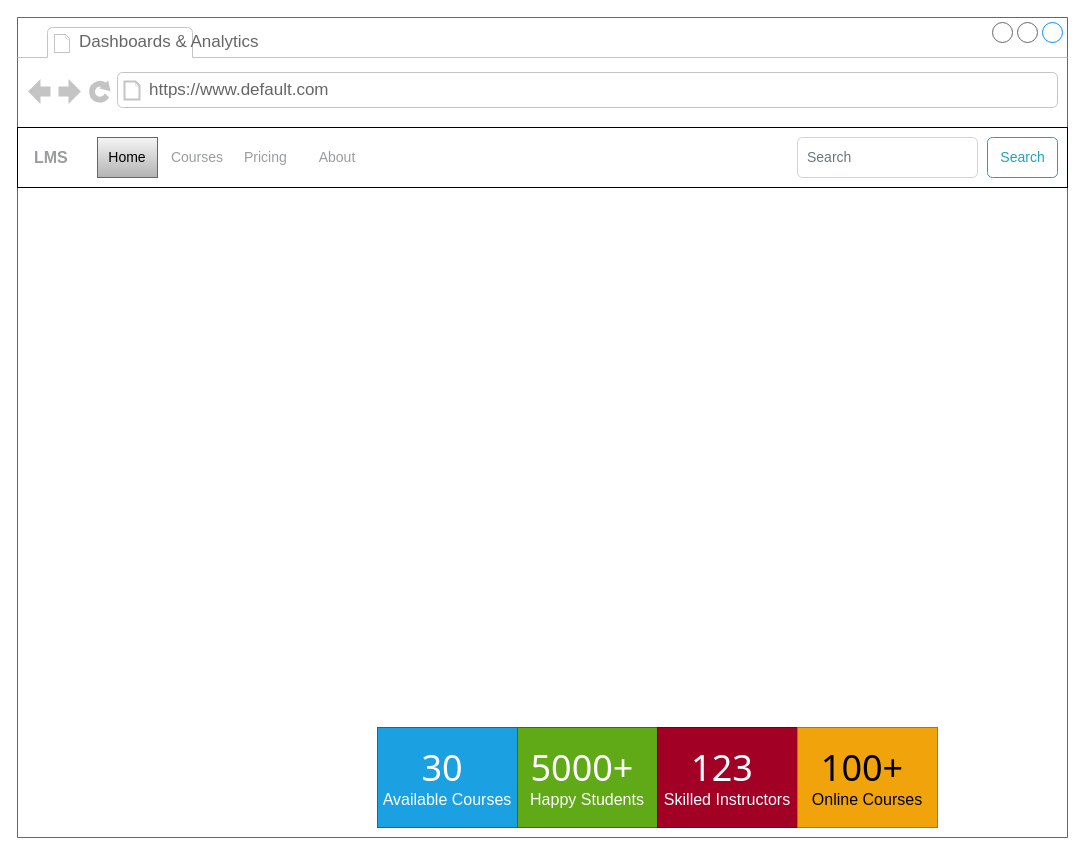
Earlier version of the draw.io diagram page "Dashboards & Analytics" (2 of 10) of 02 - LMS-SysCollege/04 - UI_Designs/WireFrame.drawio (ZohaibWaqarMalik/Technical-Business-Analyst-Projects). Source tidied: cells renumbered, new cells numbered last; positions are measured from the earlier drawing's top-left corner, leaving out a move shared by most shapes. Both pictures are drawn from the tidied source at 100%, with x=0, y=0 at pixel (17, 17).
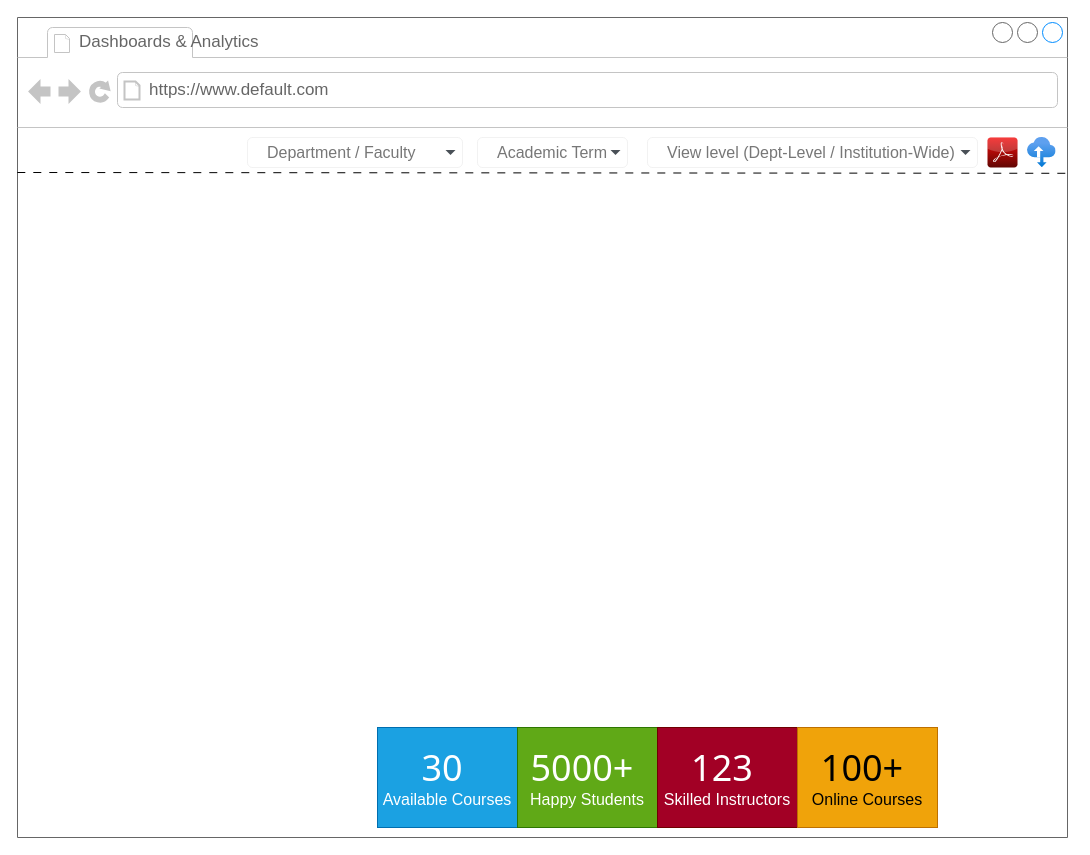
The same page after the edit.

Commit message (it also covers changes not shown here):
Update Wireframe Dashboard & Analytics

The change refers to these unchanged cells:
```xml
<mxCell id="2" style="strokeWidth=1;shadow=0;dashed=0;align=center;html=1;shape=mxgraph.mockup.containers.browserWindow;rSize=0;strokeColor=#666666;mainText=,;rounded=0;labelBackgroundColor=none;fontFamily=Verdana;fontSize=12;" parent="1" vertex="1">
  <mxGeometry width="1050" height="820" as="geometry" />
</mxCell>
```

The edit, as a diff of the source:
```diff
@@
-    <mxCell id="5" style="html=1;shadow=0;dashed=0;fontSize=16;align=left;spacing=15;" parent="2" vertex="1">
-      <mxGeometry y="110" width="1050" height="60" as="geometry" />
-    </mxCell>
-    <mxCell id="6" style="swimlane;shape=mxgraph.bootstrap.anchor;strokeColor=none;fillColor=none;fontColor=#000000;fontStyle=0;horizontal=0;startSize=0;whiteSpace=wrap;html=1;" parent="5" vertex="1">
-      <mxGeometry y="10" width="350" height="40" as="geometry" />
-    </mxCell>
-    <mxCell id="7" value="LMS" style="text;strokeColor=none;align=left;verticalAlign=middle;spacingLeft=15;spacingRight=10;whiteSpace=wrap;html=1;fillColor=none;fontColor=#9A9DA0;fontSize=16;fontStyle=1;" parent="6" vertex="1">
-      <mxGeometry width="80" height="40" as="geometry" />
-    </mxCell>
-    <mxCell id="8" value="Home" style="text;strokeColor=#666666;align=center;verticalAlign=middle;spacingLeft=10;spacingRight=10;whiteSpace=wrap;html=1;fillColor=#f5f5f5;fontSize=14;gradientColor=#b3b3b3;" parent="6" vertex="1">
-      <mxGeometry x="80" width="60" height="40" as="geometry" />
-    </mxCell>
-    <mxCell id="9" value="Courses" style="text;strokeColor=none;align=center;verticalAlign=middle;spacingLeft=10;spacingRight=10;whiteSpace=wrap;html=1;fillColor=none;fontColor=#9A9DA0;fontSize=14;" parent="6" vertex="1">
-      <mxGeometry x="140" width="80" height="40" as="geometry" />
-    </mxCell>
-    <mxCell id="10" value="Pricing" style="text;strokeColor=none;align=left;verticalAlign=middle;spacingLeft=5;spacingRight=10;whiteSpace=wrap;html=1;fillColor=none;fontColor=#9A9DA0;fontSize=14;" parent="6" vertex="1">
-      <mxGeometry x="220" width="70" height="40" as="geometry" />
-    </mxCell>
-    <mxCell id="11" value="About" style="text;strokeColor=none;align=center;verticalAlign=middle;spacingLeft=10;spacingRight=10;whiteSpace=wrap;html=1;fillColor=none;fontColor=#9A9DA0;fontSize=14;" parent="6" vertex="1">
-      <mxGeometry x="290" width="60" height="40" as="geometry" />
-    </mxCell>
-    <mxCell id="12" value="Search" style="html=1;shadow=0;dashed=0;shape=mxgraph.bootstrap.rrect;rSize=5;fontSize=14;fontColor=#1CA5B8;strokeColor=#1CA5B8;fillColor=none;" parent="5" vertex="1">
-      <mxGeometry x="1" width="70" height="40" relative="1" as="geometry">
-        <mxPoint x="-80" y="10" as="offset" />
-      </mxGeometry>
-    </mxCell>
-    <mxCell id="13" value="Search" style="html=1;shadow=0;dashed=0;shape=mxgraph.bootstrap.rrect;rSize=5;fontSize=14;fontColor=#6C767D;strokeColor=#CED4DA;fillColor=#ffffff;align=left;spacing=10;" parent="5" vertex="1">
-      <mxGeometry x="1" width="180" height="40" relative="1" as="geometry">
-        <mxPoint x="-270" y="10" as="offset" />
-      </mxGeometry>
-    </mxCell>
@@
+    <mxCell id="18" value="&lt;font style=&quot;font-size: 16px;&quot;&gt;Department / Faculty&lt;/font&gt;" style="html=1;shadow=0;dashed=0;shape=mxgraph.bootstrap.rrect;rSize=5;strokeColor=#777777;strokeWidth=0;fillColor=#ffffff;fontColor=#777777;whiteSpace=wrap;align=left;verticalAlign=middle;fontStyle=0;fontSize=18;spacing=20;" parent="2" vertex="1">
+      <mxGeometry x="230" y="120" width="215" height="30" as="geometry" />
+    </mxCell>
+    <mxCell id="19" style="shape=triangle;direction=south;fillColor=#495057;strokeColor=none;perimeter=none;" parent="18" vertex="1">
+      <mxGeometry x="1" y="0.5" width="10" height="5" relative="1" as="geometry">
+        <mxPoint x="-17" y="-2.5" as="offset" />
+      </mxGeometry>
+    </mxCell>
+    <mxCell id="20" value="&lt;font style=&quot;font-size: 16px;&quot;&gt;Academic Term&lt;/font&gt;" style="html=1;shadow=0;dashed=0;shape=mxgraph.bootstrap.rrect;rSize=5;strokeColor=#777777;strokeWidth=0;fillColor=#ffffff;fontColor=#777777;whiteSpace=wrap;align=left;verticalAlign=middle;fontStyle=0;fontSize=18;spacing=20;" parent="2" vertex="1">
+      <mxGeometry x="460" y="120" width="150" height="30" as="geometry" />
+    </mxCell>
+    <mxCell id="21" style="shape=triangle;direction=south;fillColor=#495057;strokeColor=none;perimeter=none;" parent="20" vertex="1">
+      <mxGeometry x="1" y="0.5" width="10" height="5" relative="1" as="geometry">
+        <mxPoint x="-17" y="-2.5" as="offset" />
+      </mxGeometry>
+    </mxCell>
+    <mxCell id="22" value="&lt;font style=&quot;font-size: 16px;&quot;&gt;View level (Dept-Level / Institution-Wide)&lt;/font&gt;" style="html=1;shadow=0;dashed=0;shape=mxgraph.bootstrap.rrect;rSize=5;strokeColor=#777777;strokeWidth=0;fillColor=#ffffff;fontColor=#777777;whiteSpace=wrap;align=left;verticalAlign=middle;fontStyle=0;fontSize=18;spacing=20;" parent="2" vertex="1">
+      <mxGeometry x="630" y="120" width="330" height="30" as="geometry" />
+    </mxCell>
+    <mxCell id="23" style="shape=triangle;direction=south;fillColor=#495057;strokeColor=none;perimeter=none;" parent="22" vertex="1">
+      <mxGeometry x="1" y="0.5" width="10" height="5" relative="1" as="geometry">
+        <mxPoint x="-17" y="-2.5" as="offset" />
+      </mxGeometry>
+    </mxCell>
+    <mxCell id="24" style="dashed=0;html=1;align=center;labelPosition=center;verticalLabelPosition=bottom;verticalAlign=top;shape=mxgraph.webicons.adobe_pdf;fillColor=#F40C0C;gradientColor=#610603;" parent="2" vertex="1">
+      <mxGeometry x="970" y="120" width="30" height="30" as="geometry" />
+    </mxCell>
+    <mxCell id="25" style="image;html=1;align=center;fontSize=12;image=img/lib/azure2/storage/Import_Export_Jobs.svg;" parent="2" vertex="1">
+      <mxGeometry x="1010" y="120" width="28.6" height="30" as="geometry" />
+    </mxCell>
+    <mxCell id="26" style="endArrow=none;html=1;rounded=0;exitX=-0.003;exitY=0.189;exitDx=0;exitDy=0;exitPerimeter=0;entryX=1;entryY=0.19;entryDx=0;entryDy=0;entryPerimeter=0;fontColor=#777777;strokeWidth=1;dashed=1;dashPattern=8 8;" parent="1" edge="1">
+      <mxGeometry relative="1" as="geometry">
+        <mxPoint x="-0.2" y="155" as="sourcePoint" />
+        <mxPoint x="1053" y="155.8" as="targetPoint" />
+      </mxGeometry>
+    </mxCell>
```
